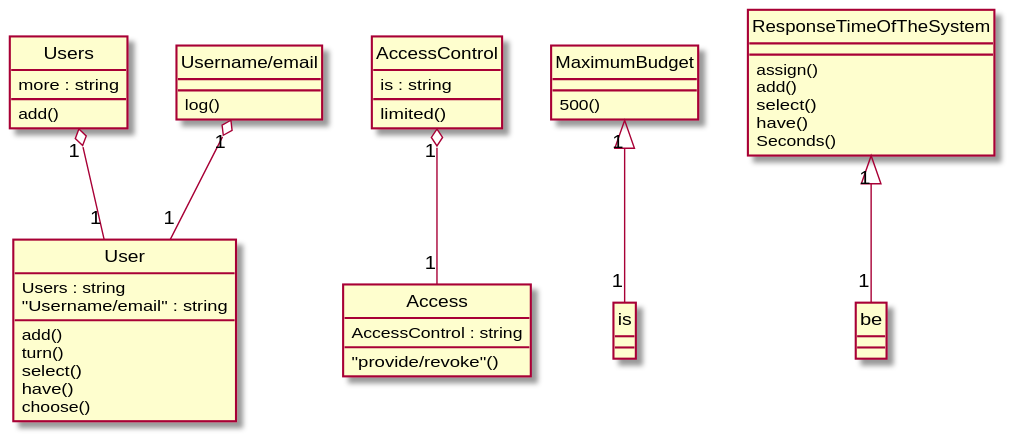
This is Diagrams/2014-USC-Project13.svg from xixixhalu/DomainModelExtractor, a PlantUML export, as it was before one commit.
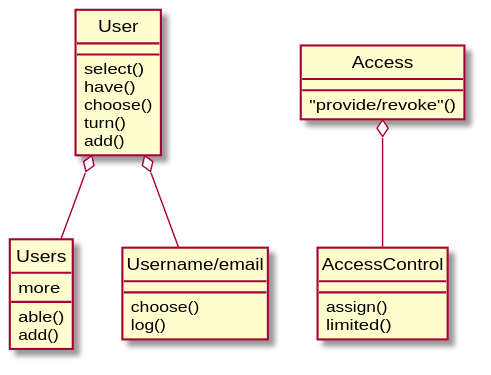
The same file after the commit.

What changed in the source:
```diff
@@ -1,42 +1,29 @@
 @startuml
 hide circle
 class Users {
-	more : string
+	more
+	able()
 	add()
 }
 class User {
-	Users : string
-	"Username/email" : string
-	add()
-	turn()
 	select()
 	have()
 	choose()
+	turn()
+	add()
 }
 class Access {
-	AccessControl : string
 	"provide/revoke"()
 }
 class AccessControl {
-	is : string
+	assign()
 	limited()
 }
-class MaximumBudget {
-	500()
-}
 class Username/email {
+	choose()
 	log()
 }
-class ResponseTimeOfTheSystem {
-	assign()
-	add()
-	select()
-	have()
-	Seconds()
-}
-ResponseTimeOfTheSystem "1" <|-- "1" be
-Users "1" o-- "1" User
-"Username/email" "1" o-- "1" User
-AccessControl "1" o-- "1" Access
-MaximumBudget "1" <|-- "1" is
+Access o-- AccessControl
+User o-- Users
+User o-- "Username/email"
 @enduml
```
